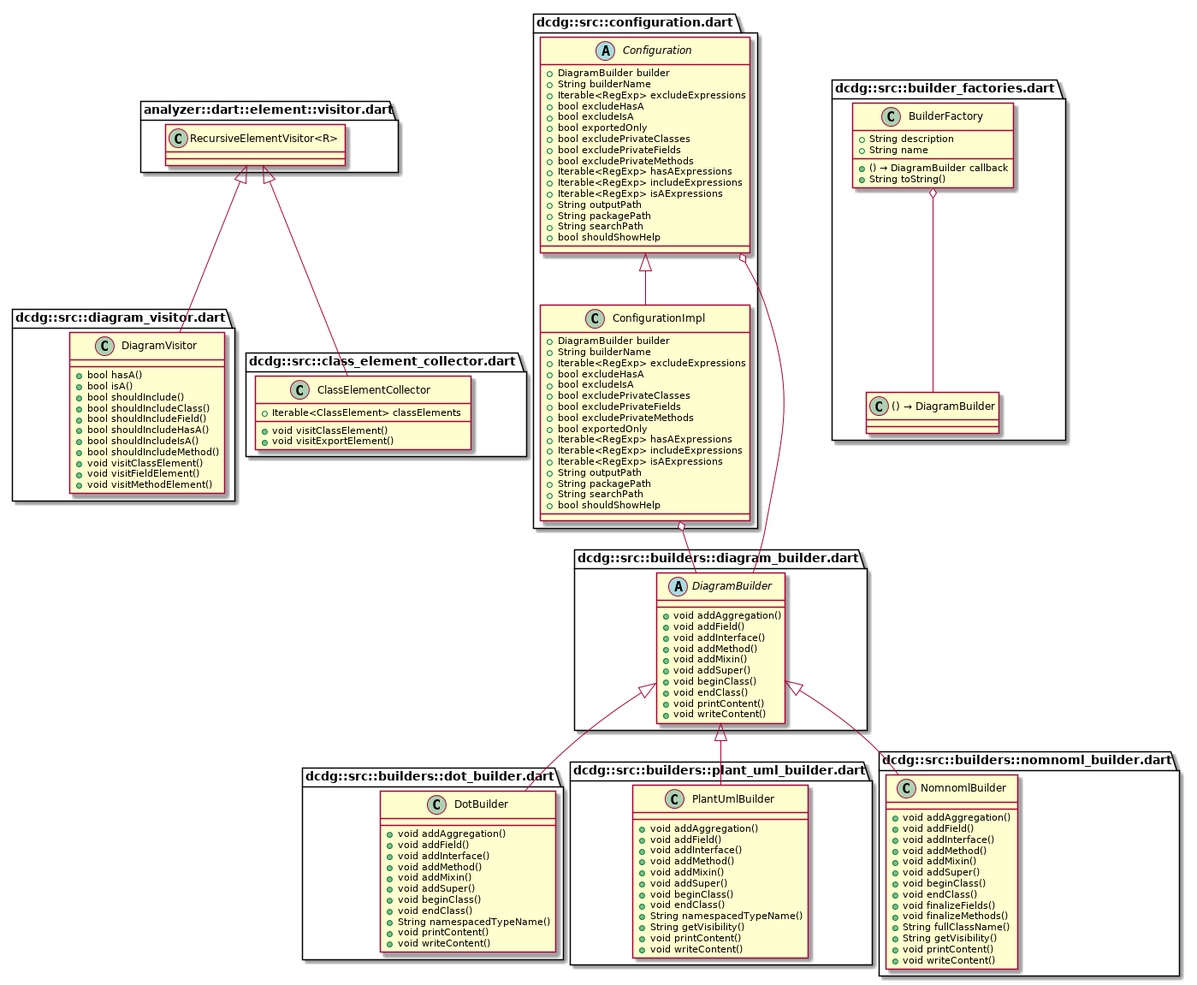
Before: example/dcdg.png, a diagram exported from PlantUML (glesica/dcdg.dart).
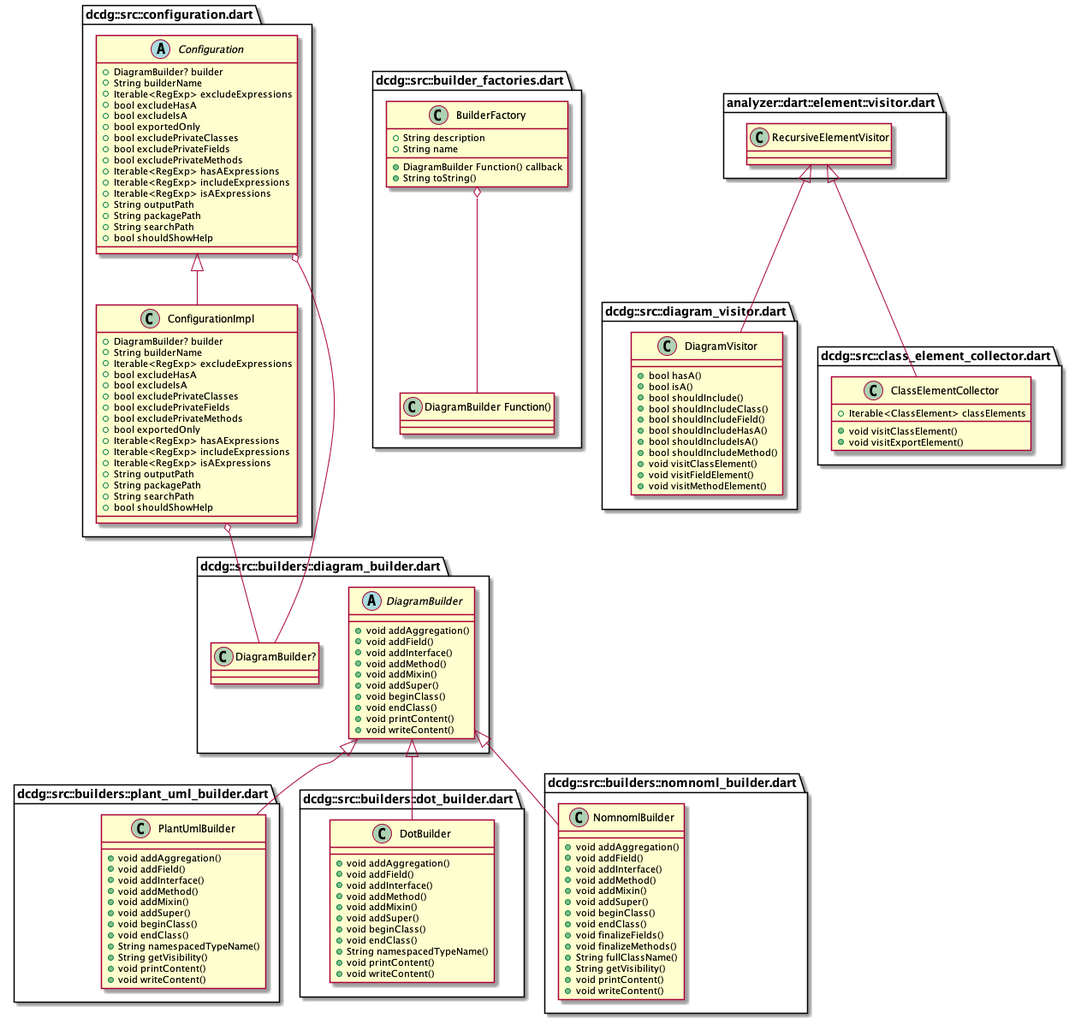
Above is the later version.

What changed in the source:
```diff
@@ -1,37 +1,5 @@
 @startuml
 set namespaceSeparator ::
-
-class "dcdg::src::diagram_visitor.dart::DiagramVisitor" {
-  +bool hasA()
-  +bool isA()
-  +bool shouldInclude()
-  +bool shouldIncludeClass()
-  +bool shouldIncludeField()
-  +bool shouldIncludeHasA()
-  +bool shouldIncludeIsA()
-  +bool shouldIncludeMethod()
-  +void visitClassElement()
-  +void visitFieldElement()
-  +void visitMethodElement()
-}
-
-"analyzer::dart::element::visitor.dart::RecursiveElementVisitor<R>" <|-- "dcdg::src::diagram_visitor.dart::DiagramVisitor"
-
-class "dcdg::src::builders::dot_builder.dart::DotBuilder" {
-  +void addAggregation()
-  +void addField()
-  +void addInterface()
-  +void addMethod()
-  +void addMixin()
-  +void addSuper()
-  +void beginClass()
-  +void endClass()
-  +String namespacedTypeName()
-  +void printContent()
-  +void writeContent()
-}
-
-"dcdg::src::builders::diagram_builder.dart::DiagramBuilder" <|-- "dcdg::src::builders::dot_builder.dart::DotBuilder"
 
 class "dcdg::src::builders::plant_uml_builder.dart::PlantUmlBuilder" {
   +void addAggregation()
@@ -49,6 +17,22 @@
 }
 
 "dcdg::src::builders::diagram_builder.dart::DiagramBuilder" <|-- "dcdg::src::builders::plant_uml_builder.dart::PlantUmlBuilder"
+
+class "dcdg::src::builders::dot_builder.dart::DotBuilder" {
+  +void addAggregation()
+  +void addField()
+  +void addInterface()
+  +void addMethod()
+  +void addMixin()
+  +void addSuper()
+  +void beginClass()
+  +void endClass()
+  +String namespacedTypeName()
+  +void printContent()
+  +void writeContent()
+}
+
+"dcdg::src::builders::diagram_builder.dart::DiagramBuilder" <|-- "dcdg::src::builders::dot_builder.dart::DotBuilder"
 
 abstract class "dcdg::src::builders::diagram_builder.dart::DiagramBuilder" {
   +void addAggregation()
@@ -82,8 +66,17 @@
 
 "dcdg::src::builders::diagram_builder.dart::DiagramBuilder" <|-- "dcdg::src::builders::nomnoml_builder.dart::NomnomlBuilder"
 
+class "dcdg::src::builder_factories.dart::BuilderFactory" {
+  +DiagramBuilder Function() callback
+  +String description
+  +String name
+  +String toString()
+}
+
+"dcdg::src::builder_factories.dart::BuilderFactory" o-- "dcdg::src::builder_factories.dart::DiagramBuilder Function()"
+
 abstract class "dcdg::src::configuration.dart::Configuration" {
-  +DiagramBuilder builder
+  +DiagramBuilder? builder
   +String builderName
   +Iterable<RegExp> excludeExpressions
   +bool excludeHasA
@@ -101,10 +94,10 @@
   +bool shouldShowHelp
 }
 
-"dcdg::src::configuration.dart::Configuration" o-- "dcdg::src::builders::diagram_builder.dart::DiagramBuilder"
+"dcdg::src::configuration.dart::Configuration" o-- "dcdg::src::builders::diagram_builder.dart::DiagramBuilder?"
 
 class "dcdg::src::configuration.dart::ConfigurationImpl" {
-  +DiagramBuilder builder
+  +DiagramBuilder? builder
   +String builderName
   +Iterable<RegExp> excludeExpressions
   +bool excludeHasA
@@ -122,17 +115,24 @@
   +bool shouldShowHelp
 }
 
-"dcdg::src::configuration.dart::ConfigurationImpl" o-- "dcdg::src::builders::diagram_builder.dart::DiagramBuilder"
+"dcdg::src::configuration.dart::ConfigurationImpl" o-- "dcdg::src::builders::diagram_builder.dart::DiagramBuilder?"
 "dcdg::src::configuration.dart::Configuration" <|-- "dcdg::src::configuration.dart::ConfigurationImpl"
 
-class "dcdg::src::builder_factories.dart::BuilderFactory" {
-  +() → DiagramBuilder callback
-  +String description
-  +String name
-  +String toString()
+class "dcdg::src::diagram_visitor.dart::DiagramVisitor" {
+  +bool hasA()
+  +bool isA()
+  +bool shouldInclude()
+  +bool shouldIncludeClass()
+  +bool shouldIncludeField()
+  +bool shouldIncludeHasA()
+  +bool shouldIncludeIsA()
+  +bool shouldIncludeMethod()
+  +void visitClassElement()
+  +void visitFieldElement()
+  +void visitMethodElement()
 }
 
-"dcdg::src::builder_factories.dart::BuilderFactory" o-- "dcdg::src::builder_factories.dart::() → DiagramBuilder"
+"analyzer::dart::element::visitor.dart::RecursiveElementVisitor" <|-- "dcdg::src::diagram_visitor.dart::DiagramVisitor"
 
 class "dcdg::src::class_element_collector.dart::ClassElementCollector" {
   +Iterable<ClassElement> classElements
@@ -140,7 +140,7 @@
   +void visitExportElement()
 }
 
-"analyzer::dart::element::visitor.dart::RecursiveElementVisitor<R>" <|-- "dcdg::src::class_element_collector.dart::ClassElementCollector"
+"analyzer::dart::element::visitor.dart::RecursiveElementVisitor" <|-- "dcdg::src::class_element_collector.dart::ClassElementCollector"
 
 
 @enduml
```
